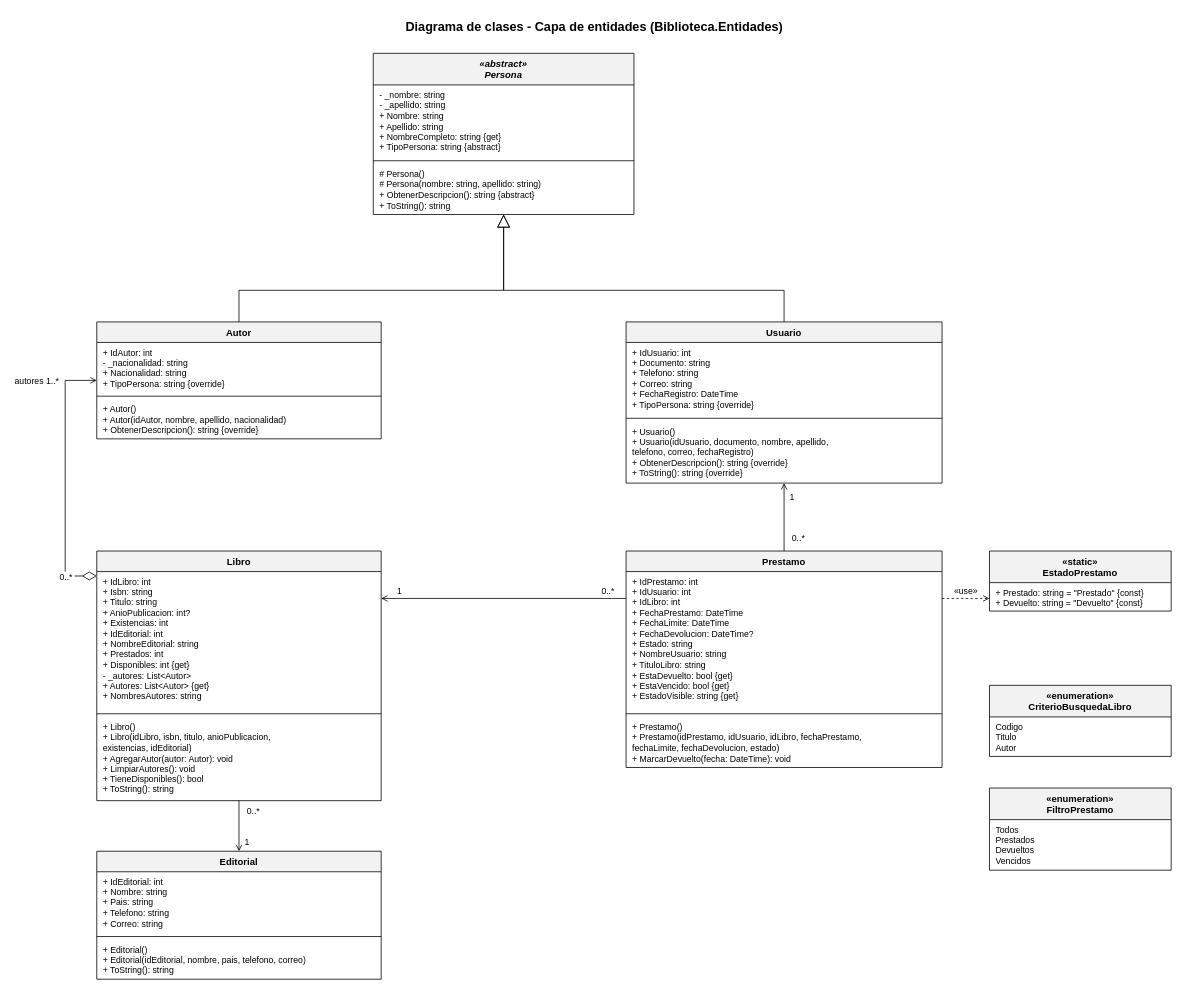
The draw.io diagram page "Clases - Entidades" (1 of 2) of Documentacion/Diagramas/DiagramaClases.drawio in cu316191-cell/SistemaBiblioteca, before the edit. Source tidied: cells renumbered, new cells numbered last; positions are measured from the earlier drawing's top-left corner, leaving out a move shared by most shapes. Both pictures are drawn from the tidied source at 79%, with x=0, y=0 at pixel (65, 13).
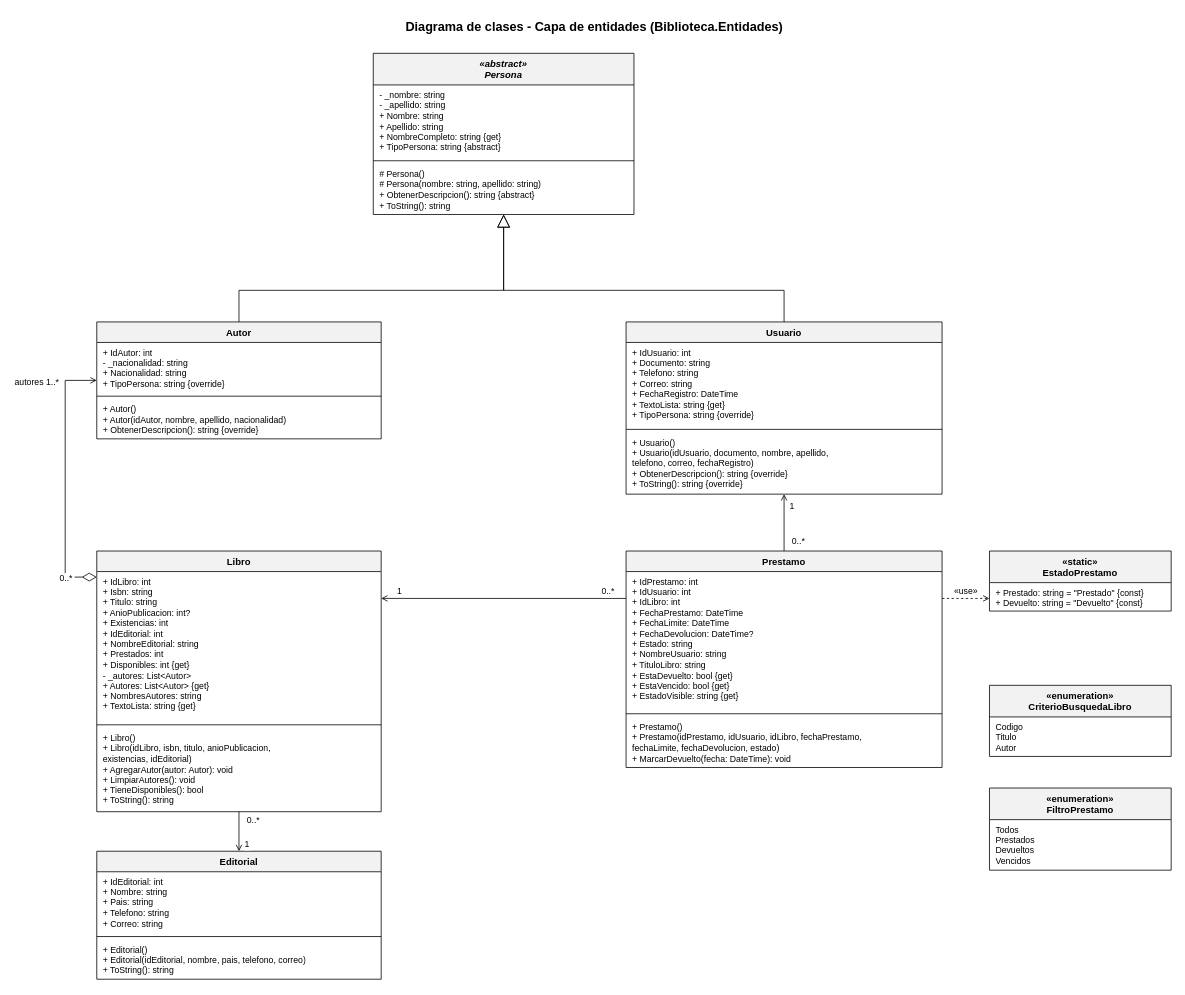
The same diagram, later.

The change refers to these unchanged cells:
```xml
<mxCell id="7" value="Autor" style="swimlane;fontStyle=1;align=center;verticalAlign=top;horizontal=1;startSize=26;html=0;whiteSpace=wrap;fontFamily=Arial;fontSize=12;fillColor=#F2F2F2;strokeColor=#000000;swimlaneFillColor=#FFFFFF;" parent="1" vertex="1">
  <mxGeometry x="40" y="390" width="360" height="148" as="geometry" />
</mxCell>
<mxCell id="19" value="Prestamo" style="swimlane;fontStyle=1;align=center;verticalAlign=top;horizontal=1;startSize=26;html=0;whiteSpace=wrap;fontFamily=Arial;fontSize=12;fillColor=#F2F2F2;strokeColor=#000000;swimlaneFillColor=#FFFFFF;" parent="1" vertex="1">
  <mxGeometry x="710" y="680" width="400" height="274" as="geometry" />
</mxCell>
```

Diff of the diagram source:
```diff
@@
     <mxCell id="11" value="Usuario" style="swimlane;fontStyle=1;align=center;verticalAlign=top;horizontal=1;startSize=26;html=0;whiteSpace=wrap;fontFamily=Arial;fontSize=12;fillColor=#F2F2F2;strokeColor=#000000;swimlaneFillColor=#FFFFFF;" parent="1" vertex="1">
-      <mxGeometry x="710" y="390" width="400" height="204" as="geometry" />
+      <mxGeometry x="710" y="390" width="400" height="218" as="geometry" />
     </mxCell>
-    <mxCell id="12" value="+ IdUsuario: int&#10;+ Documento: string&#10;+ Telefono: string&#10;+ Correo: string&#10;+ FechaRegistro: DateTime&#10;+ TipoPersona: string {override}" style="text;strokeColor=none;fillColor=none;align=left;verticalAlign=top;spacingLeft=6;spacingRight=4;overflow=hidden;whiteSpace=wrap;html=0;fontFamily=Arial;fontSize=12;fontSize=11;" parent="11" vertex="1">
-      <mxGeometry y="26" width="400" height="92" as="geometry" />
+    <mxCell id="12" value="+ IdUsuario: int&#10;+ Documento: string&#10;+ Telefono: string&#10;+ Correo: string&#10;+ FechaRegistro: DateTime&#10;+ TextoLista: string {get}&#10;+ TipoPersona: string {override}" style="text;strokeColor=none;fillColor=none;align=left;verticalAlign=top;spacingLeft=6;spacingRight=4;overflow=hidden;whiteSpace=wrap;html=0;fontFamily=Arial;fontSize=12;fontSize=11;" parent="11" vertex="1">
+      <mxGeometry y="26" width="400" height="106" as="geometry" />
     </mxCell>
     <mxCell id="13" style="line;strokeWidth=1;fillColor=none;align=left;verticalAlign=middle;spacingTop=-1;spacingLeft=3;spacingRight=3;labelPosition=right;strokeColor=#000000;" parent="11" vertex="1">
-      <mxGeometry y="118" width="400" height="8" as="geometry" />
+      <mxGeometry y="132" width="400" height="8" as="geometry" />
     </mxCell>
     <mxCell id="14" value="+ Usuario()&#10;+ Usuario(idUsuario, documento, nombre, apellido,&#10;      telefono, correo, fechaRegistro)&#10;+ ObtenerDescripcion(): string {override}&#10;+ ToString(): string {override}" style="text;strokeColor=none;fillColor=none;align=left;verticalAlign=top;spacingLeft=6;spacingRight=4;overflow=hidden;whiteSpace=wrap;html=0;fontFamily=Arial;fontSize=12;fontSize=11;" parent="11" vertex="1">
-      <mxGeometry y="126" width="400" height="78" as="geometry" />
+      <mxGeometry y="140" width="400" height="78" as="geometry" />
     </mxCell>
     <mxCell id="15" value="Libro" style="swimlane;fontStyle=1;align=center;verticalAlign=top;horizontal=1;startSize=26;html=0;whiteSpace=wrap;fontFamily=Arial;fontSize=12;fillColor=#F2F2F2;strokeColor=#000000;swimlaneFillColor=#FFFFFF;" parent="1" vertex="1">
-      <mxGeometry x="40" y="680" width="360" height="316" as="geometry" />
+      <mxGeometry x="40" y="680" width="360" height="330" as="geometry" />
     </mxCell>
-    <mxCell id="16" value="+ IdLibro: int&#10;+ Isbn: string&#10;+ Titulo: string&#10;+ AnioPublicacion: int?&#10;+ Existencias: int&#10;+ IdEditorial: int&#10;+ NombreEditorial: string&#10;+ Prestados: int&#10;+ Disponibles: int {get}&#10;- _autores: List&lt;Autor&gt;&#10;+ Autores: List&lt;Autor&gt; {get}&#10;+ NombresAutores: string" style="text;strokeColor=none;fillColor=none;align=left;verticalAlign=top;spacingLeft=6;spacingRight=4;overflow=hidden;whiteSpace=wrap;html=0;fontFamily=Arial;fontSize=12;fontSize=11;" parent="15" vertex="1">
-      <mxGeometry y="26" width="360" height="176" as="geometry" />
+    <mxCell id="16" value="+ IdLibro: int&#10;+ Isbn: string&#10;+ Titulo: string&#10;+ AnioPublicacion: int?&#10;+ Existencias: int&#10;+ IdEditorial: int&#10;+ NombreEditorial: string&#10;+ Prestados: int&#10;+ Disponibles: int {get}&#10;- _autores: List&lt;Autor&gt;&#10;+ Autores: List&lt;Autor&gt; {get}&#10;+ NombresAutores: string&#10;+ TextoLista: string {get}" style="text;strokeColor=none;fillColor=none;align=left;verticalAlign=top;spacingLeft=6;spacingRight=4;overflow=hidden;whiteSpace=wrap;html=0;fontFamily=Arial;fontSize=12;fontSize=11;" parent="15" vertex="1">
+      <mxGeometry y="26" width="360" height="190" as="geometry" />
     </mxCell>
     <mxCell id="17" style="line;strokeWidth=1;fillColor=none;align=left;verticalAlign=middle;spacingTop=-1;spacingLeft=3;spacingRight=3;labelPosition=right;strokeColor=#000000;" parent="15" vertex="1">
-      <mxGeometry y="202" width="360" height="8" as="geometry" />
+      <mxGeometry y="216" width="360" height="8" as="geometry" />
     </mxCell>
     <mxCell id="18" value="+ Libro()&#10;+ Libro(idLibro, isbn, titulo, anioPublicacion,&#10;      existencias, idEditorial)&#10;+ AgregarAutor(autor: Autor): void&#10;+ LimpiarAutores(): void&#10;+ TieneDisponibles(): bool&#10;+ ToString(): string" style="text;strokeColor=none;fillColor=none;align=left;verticalAlign=top;spacingLeft=6;spacingRight=4;overflow=hidden;whiteSpace=wrap;html=0;fontFamily=Arial;fontSize=12;fontSize=11;" parent="15" vertex="1">
-      <mxGeometry y="210" width="360" height="106" as="geometry" />
+      <mxGeometry y="224" width="360" height="106" as="geometry" />
     </mxCell>
@@
     <mxCell id="35" style="startArrow=diamondThin;startFill=0;startSize=16;endArrow=open;endFill=0;html=0;strokeColor=#000000;edgeStyle=orthogonalEdgeStyle;rounded=0;fontFamily=Arial;fontSize=12;fontSize=11;exitX=0;exitY=0.1;entryX=0;entryY=0.5;" parent="1" edge="1" source="15" target="7">
       <mxGeometry relative="1" as="geometry">
         <Array as="points">
-          <mxPoint y="711.6" />
+          <mxPoint y="713" />
           <mxPoint y="464" />
         </Array>
       </mxGeometry>
     </mxCell>
@@
-    <mxCell id="44" style="endArrow=open;endFill=0;html=0;strokeColor=#000000;edgeStyle=orthogonalEdgeStyle;rounded=0;fontFamily=Arial;fontSize=12;fontSize=11;exitX=0;exitY=0.2190;entryX=1;entryY=0.1899;" parent="1" edge="1" source="19" target="15">
+    <mxCell id="44" style="endArrow=open;endFill=0;html=0;strokeColor=#000000;edgeStyle=orthogonalEdgeStyle;rounded=0;fontFamily=Arial;fontSize=12;fontSize=11;exitX=0;exitY=0.2190;entryX=1;entryY=0.1818;" parent="1" edge="1" source="19" target="15">
       <mxGeometry relative="1" as="geometry" />
     </mxCell>
```
